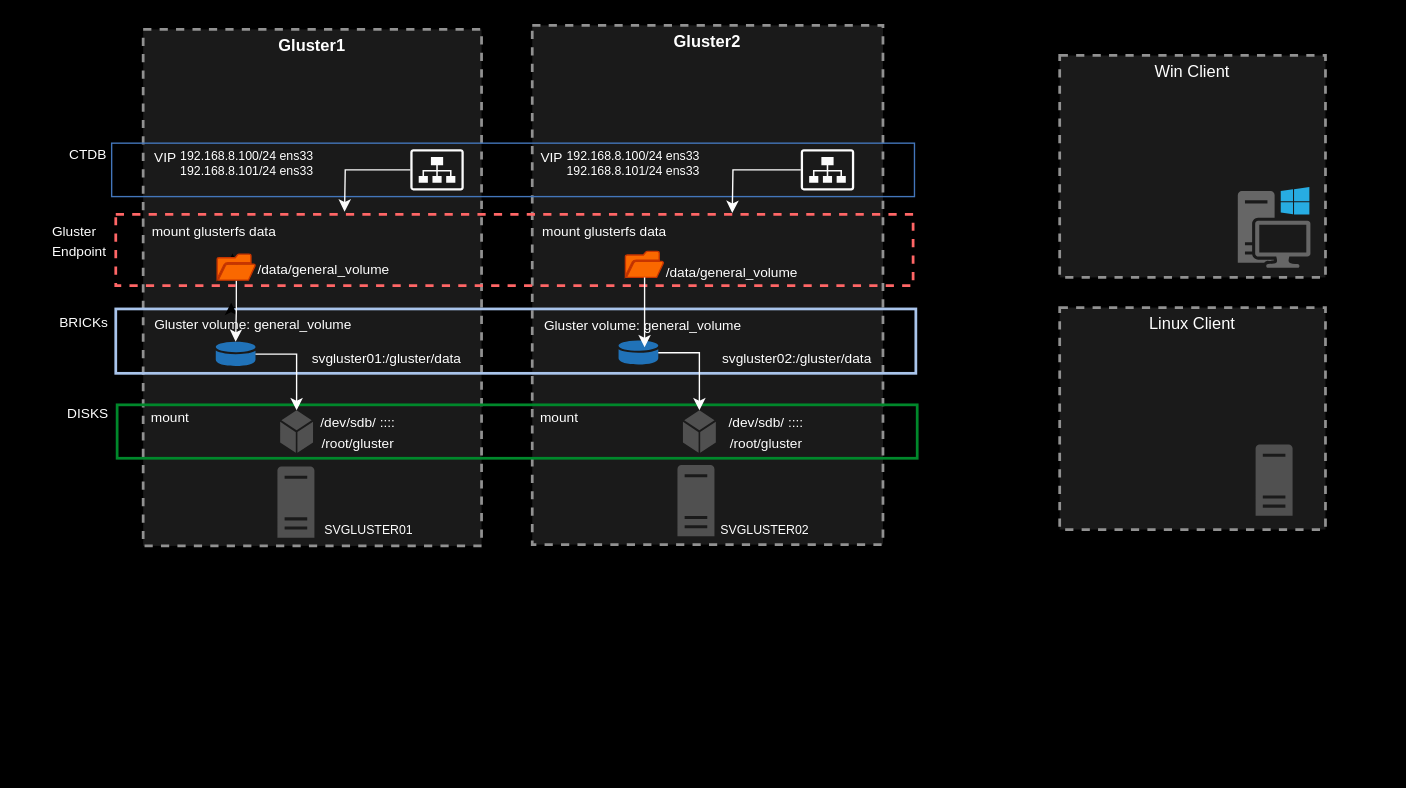
Above: GlusterFS/glusterFS.drawio in Josemyr1993/glusterFS (draw.io), before the change. Source tidied: cells renumbered, new cells numbered last; positions are measured from the earlier drawing's top-left corner, leaving out a move shared by most shapes. Both pictures are drawn from the tidied source at 137%, with x=0, y=0 at pixel (23, 25).
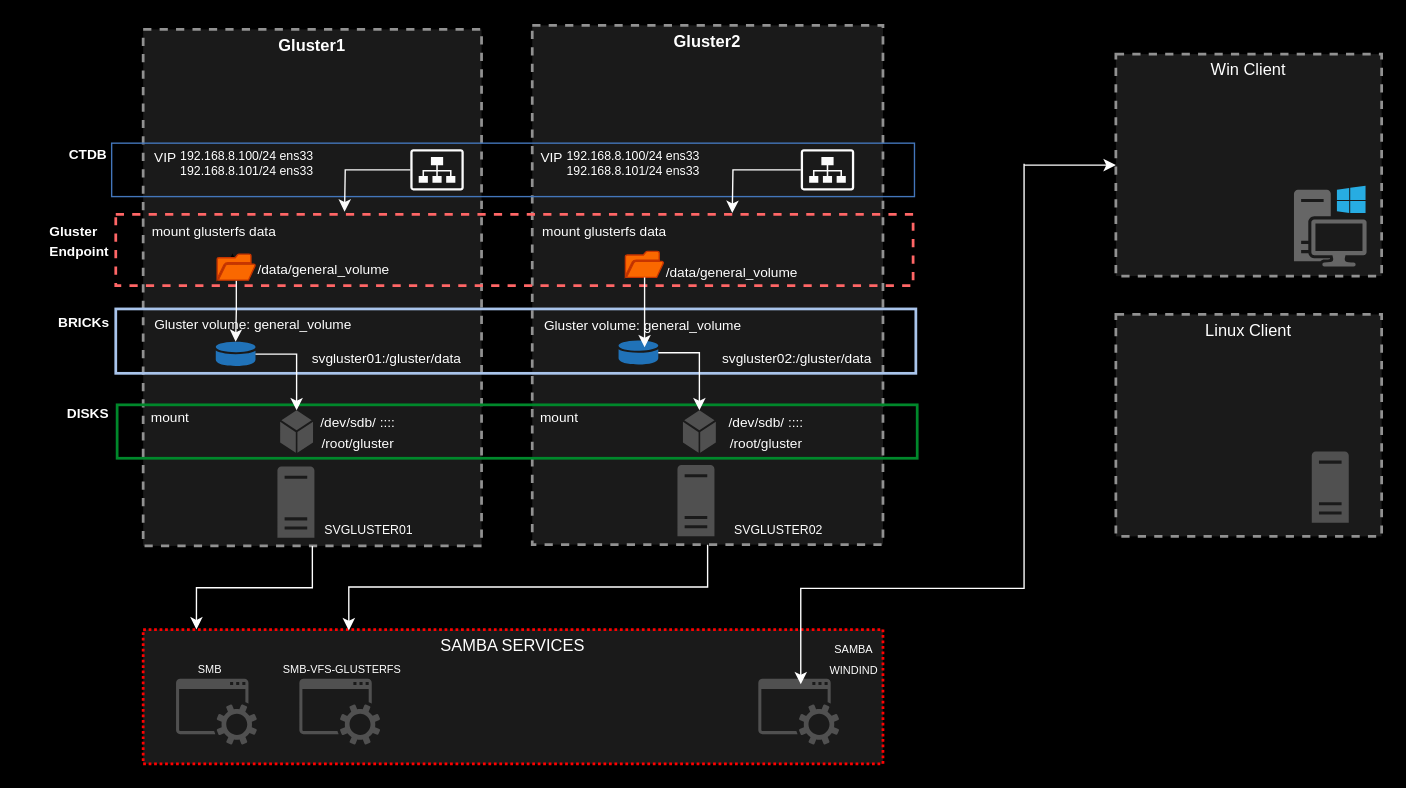
Above is the later version.

Unchanged cells that the change refers to:
```xml
<mxCell id="4" value="&lt;font color=&quot;#ffffff&quot;&gt;&lt;b&gt;Gluster1&lt;/b&gt;&lt;/font&gt;" style="fontStyle=0;verticalAlign=top;align=center;spacingTop=-2;fillColor=#1A1A1A;rounded=0;whiteSpace=wrap;html=1;strokeColor=#919191;strokeWidth=2;dashed=1;" parent="1" vertex="1">
  <mxGeometry x="87" y="3" width="247" height="377" as="geometry" />
</mxCell>
<mxCell id="7" value="&lt;font color=&quot;#ffffff&quot;&gt;&lt;font size=&quot;1&quot;&gt;Gluster volume: general_volume&lt;/font&gt;&lt;br&gt;&lt;/font&gt;" style="text;html=1;strokeColor=none;fillColor=none;align=center;verticalAlign=middle;whiteSpace=wrap;rounded=0;" parent="4" vertex="1">
  <mxGeometry y="200" width="161" height="30" as="geometry" />
</mxCell>
<mxCell id="10" value="&lt;font color=&quot;#ffffff&quot;&gt;&lt;b&gt;Gluster2&lt;/b&gt;&lt;/font&gt;" style="fontStyle=0;verticalAlign=top;align=center;spacingTop=-2;fillColor=#1A1A1A;rounded=0;whiteSpace=wrap;html=1;strokeColor=#919191;strokeWidth=2;dashed=1;" parent="1" vertex="1">
  <mxGeometry x="371" width="256" height="379" as="geometry" />
</mxCell>
<mxCell id="37" style="sketch=0;shadow=0;dashed=0;html=1;strokeColor=#C73500;fillColor=#fa6800;labelPosition=center;verticalLabelPosition=bottom;verticalAlign=top;outlineConnect=0;align=center;shape=mxgraph.office.concepts.folder_open;fontColor=#000000;" parent="1" vertex="1">
  <mxGeometry x="141" y="167" width="28" height="19" as="geometry" />
</mxCell>
```

Diff of the diagram source:
```diff
@@
+    <mxCell id="52" value="&lt;font color=&quot;#ffffff&quot;&gt;SAMBA SERVICES&lt;/font&gt;" style="fontStyle=0;verticalAlign=top;align=center;spacingTop=-2;fillColor=#1A1A1A;rounded=0;whiteSpace=wrap;html=1;strokeColor=#FF0000;strokeWidth=2;dashed=1;dashPattern=1 1;" parent="1" vertex="1">
+      <mxGeometry x="87" y="441" width="540" height="98" as="geometry" />
+    </mxCell>
+    <mxCell id="53" style="sketch=0;shadow=0;dashed=0;html=1;strokeColor=none;fillColor=#505050;labelPosition=center;verticalLabelPosition=bottom;verticalAlign=top;align=center;shape=mxgraph.office.concepts.service_application;" parent="52" vertex="1">
+      <mxGeometry x="24" y="36" width="59" height="48" as="geometry" />
+    </mxCell>
+    <mxCell id="54" style="sketch=0;shadow=0;dashed=0;html=1;strokeColor=none;fillColor=#505050;labelPosition=center;verticalLabelPosition=bottom;verticalAlign=top;align=center;shape=mxgraph.office.concepts.service_application;" parent="52" vertex="1">
+      <mxGeometry x="449" y="36" width="59" height="48" as="geometry" />
+    </mxCell>
+    <mxCell id="12" value="&lt;font color=&quot;#ffffff&quot;&gt;&lt;font style=&quot;font-size: 8px;&quot;&gt;SMB&lt;/font&gt;&lt;br&gt;&lt;/font&gt;" style="text;html=1;strokeColor=none;fillColor=none;align=center;verticalAlign=middle;whiteSpace=wrap;rounded=0;" parent="52" vertex="1">
+      <mxGeometry x="19" y="13" width="60" height="30" as="geometry" />
+    </mxCell>
+    <mxCell id="55" value="&lt;font color=&quot;#ffffff&quot;&gt;&lt;font style=&quot;font-size: 8px;&quot;&gt;SAMBA WINDIND&lt;/font&gt;&lt;br&gt;&lt;/font&gt;" style="text;html=1;strokeColor=none;fillColor=none;align=center;verticalAlign=middle;whiteSpace=wrap;rounded=0;" parent="52" vertex="1">
+      <mxGeometry x="489" y="6" width="60" height="30" as="geometry" />
+    </mxCell>
+    <mxCell id="56" style="sketch=0;shadow=0;dashed=0;html=1;strokeColor=none;fillColor=#505050;labelPosition=center;verticalLabelPosition=bottom;verticalAlign=top;align=center;shape=mxgraph.office.concepts.service_application;" parent="52" vertex="1">
+      <mxGeometry x="114" y="36" width="59" height="48" as="geometry" />
+    </mxCell>
+    <mxCell id="57" value="&lt;font color=&quot;#ffffff&quot;&gt;&lt;font style=&quot;font-size: 8px;&quot;&gt;SMB-VFS-GLUSTERFS&lt;/font&gt;&lt;br&gt;&lt;/font&gt;" style="text;html=1;strokeColor=none;fillColor=none;align=center;verticalAlign=middle;whiteSpace=wrap;rounded=0;" parent="52" vertex="1">
+      <mxGeometry x="95" y="13" width="101" height="30" as="geometry" />
+    </mxCell>
     <mxCell id="2" value="&lt;font color=&quot;#ffffff&quot;&gt;Win Client&lt;/font&gt;" style="fontStyle=0;verticalAlign=top;align=center;spacingTop=-2;fillColor=#1A1A1A;rounded=0;whiteSpace=wrap;html=1;strokeColor=#919191;strokeWidth=2;dashed=1;" parent="1" vertex="1">
-      <mxGeometry x="756" y="22" width="194" height="162" as="geometry" />
+      <mxGeometry x="797" y="21" width="194" height="162" as="geometry" />
     </mxCell>
@@
+    <mxCell id="58" style="edgeStyle=orthogonalEdgeStyle;rounded=0;jettySize=auto;html=1;strokeColor=#FFFFFF;entryX=0.278;entryY=0.007;entryDx=0;entryDy=0;entryPerimeter=0;" parent="1" edge="1" source="10" target="52">
+      <mxGeometry relative="1" as="geometry" />
+    </mxCell>
@@
-    <mxCell id="12" value="&lt;font color=&quot;#ffffff&quot;&gt;&lt;font style=&quot;font-size: 9px;&quot;&gt;SVGLUSTER02&lt;/font&gt;&lt;br&gt;&lt;/font&gt;" style="text;html=1;strokeColor=none;fillColor=none;align=center;verticalAlign=middle;whiteSpace=wrap;rounded=0;" parent="10" vertex="1">
-      <mxGeometry x="140" y="353" width="60" height="30" as="geometry" />
-    </mxCell>
@@
+    <mxCell id="59" value="&lt;font color=&quot;#ffffff&quot;&gt;&lt;font style=&quot;font-size: 9px;&quot;&gt;SVGLUSTER02&lt;/font&gt;&lt;br&gt;&lt;/font&gt;" style="text;html=1;strokeColor=none;fillColor=none;align=center;verticalAlign=middle;whiteSpace=wrap;rounded=0;" parent="10" vertex="1">
+      <mxGeometry x="150" y="353" width="60" height="30" as="geometry" />
+    </mxCell>
@@
-    <mxCell id="24" value="&lt;font color=&quot;#ffffff&quot;&gt;&lt;font size=&quot;1&quot;&gt;CTDB&lt;/font&gt;&lt;br&gt;&lt;/font&gt;" style="text;html=1;strokeColor=none;fillColor=none;align=center;verticalAlign=middle;whiteSpace=wrap;rounded=0;" parent="1" vertex="1">
+    <mxCell id="24" value="&lt;font color=&quot;#ffffff&quot;&gt;&lt;font size=&quot;1&quot;&gt;&lt;b&gt;CTDB&lt;/b&gt;&lt;/font&gt;&lt;br&gt;&lt;/font&gt;" style="text;html=1;strokeColor=none;fillColor=none;align=center;verticalAlign=middle;whiteSpace=wrap;rounded=0;" parent="1" vertex="1">
       <mxGeometry y="79" width="94" height="30" as="geometry" />
     </mxCell>
@@
-    <mxCell id="33" value="&lt;font color=&quot;#ffffff&quot;&gt;&lt;font size=&quot;1&quot;&gt;BRICKs&lt;/font&gt;&lt;br&gt;&lt;/font&gt;" style="text;html=1;strokeColor=none;fillColor=none;align=center;verticalAlign=middle;whiteSpace=wrap;rounded=0;" parent="1" vertex="1">
+    <mxCell id="33" value="&lt;font color=&quot;#ffffff&quot;&gt;&lt;font size=&quot;1&quot;&gt;&lt;b&gt;BRICKs&lt;/b&gt;&lt;/font&gt;&lt;br&gt;&lt;/font&gt;" style="text;html=1;strokeColor=none;fillColor=none;align=center;verticalAlign=middle;whiteSpace=wrap;rounded=0;" parent="1" vertex="1">
       <mxGeometry x="19" y="206" width="50" height="22" as="geometry" />
     </mxCell>
-    <mxCell id="34" style="edgeStyle=orthogonalEdgeStyle;rounded=0;jettySize=auto;html=1;entryX=0.399;entryY=-0.02;entryDx=0;entryDy=0;entryPerimeter=0;" parent="1" edge="1" source="37" target="7">
-      <mxGeometry relative="1" as="geometry" />
-    </mxCell>
@@
-    <mxCell id="46" value="&lt;div style=&quot;text-align: left;&quot;&gt;&lt;span style=&quot;font-size: x-small; color: rgb(255, 255, 255); background-color: initial;&quot;&gt;Gluster Endpoint&amp;nbsp;&lt;/span&gt;&lt;/div&gt;" style="text;html=1;strokeColor=none;fillColor=none;align=center;verticalAlign=middle;whiteSpace=wrap;rounded=0;" parent="1" vertex="1">
+    <mxCell id="46" value="&lt;div style=&quot;text-align: left;&quot;&gt;&lt;span style=&quot;font-size: x-small; color: rgb(255, 255, 255); background-color: initial;&quot;&gt;&lt;b&gt;Gluster Endpoint&amp;nbsp;&lt;/b&gt;&lt;/span&gt;&lt;/div&gt;" style="text;html=1;strokeColor=none;fillColor=none;align=center;verticalAlign=middle;whiteSpace=wrap;rounded=0;" parent="1" vertex="1">
       <mxGeometry x="20" y="142" width="44" height="30" as="geometry" />
     </mxCell>
-    <mxCell id="47" value="&lt;font color=&quot;#ffffff&quot;&gt;&lt;font size=&quot;1&quot;&gt;DISKS&lt;/font&gt;&lt;br&gt;&lt;/font&gt;" style="text;html=1;strokeColor=none;fillColor=none;align=center;verticalAlign=middle;whiteSpace=wrap;rounded=0;" parent="1" vertex="1">
+    <mxCell id="47" value="&lt;font color=&quot;#ffffff&quot;&gt;&lt;font size=&quot;1&quot;&gt;&lt;b&gt;DISKS&lt;/b&gt;&lt;/font&gt;&lt;br&gt;&lt;/font&gt;" style="text;html=1;strokeColor=none;fillColor=none;align=center;verticalAlign=middle;whiteSpace=wrap;rounded=0;" parent="1" vertex="1">
       <mxGeometry x="22" y="272" width="50" height="22" as="geometry" />
     </mxCell>
@@
     <mxCell id="50" value="&lt;font color=&quot;#ffffff&quot;&gt;Linux Client&lt;/font&gt;" style="fontStyle=0;verticalAlign=top;align=center;spacingTop=-2;fillColor=#1A1A1A;rounded=0;whiteSpace=wrap;html=1;strokeColor=#919191;strokeWidth=2;dashed=1;" parent="1" vertex="1">
-      <mxGeometry x="756" y="206" width="194" height="162" as="geometry" />
+      <mxGeometry x="797" y="211" width="194" height="162" as="geometry" />
     </mxCell>
@@
+    <mxCell id="60" style="edgeStyle=orthogonalEdgeStyle;rounded=0;jettySize=auto;html=1;strokeColor=#FFFFFF;exitX=0.5;exitY=1;exitDx=0;exitDy=0;entryX=0.072;entryY=0;entryDx=0;entryDy=0;entryPerimeter=0;" parent="1" edge="1" source="4" target="52">
+      <mxGeometry relative="1" as="geometry" />
+    </mxCell>
+    <mxCell id="61" style="edgeStyle=elbowEdgeStyle;rounded=0;elbow=vertical;html=1;labelBackgroundColor=#ffffff;endArrow=classic;endFill=1;endSize=6;jettySize=auto;orthogonalLoop=1;strokeWidth=1;fontSize=14;strokeColor=#FFFFFF;" parent="1" edge="1">
+      <mxGeometry relative="1" as="geometry">
+        <mxPoint x="730" y="101" as="sourcePoint" />
+        <mxPoint x="567" y="481" as="targetPoint" />
+        <Array as="points">
+          <mxPoint x="628" y="411" />
+        </Array>
+      </mxGeometry>
+    </mxCell>
+    <mxCell id="62" style="html=1;labelBackgroundColor=#ffffff;endArrow=classic;endFill=1;endSize=6;jettySize=auto;strokeWidth=1;fontSize=14;rounded=0;entryX=0;entryY=0.5;entryDx=0;entryDy=0;strokeColor=#FFFFFF;" parent="1" edge="1" target="2">
+      <mxGeometry relative="1" as="geometry">
+        <mxPoint x="730" y="102" as="sourcePoint" />
+      </mxGeometry>
+    </mxCell>
```
